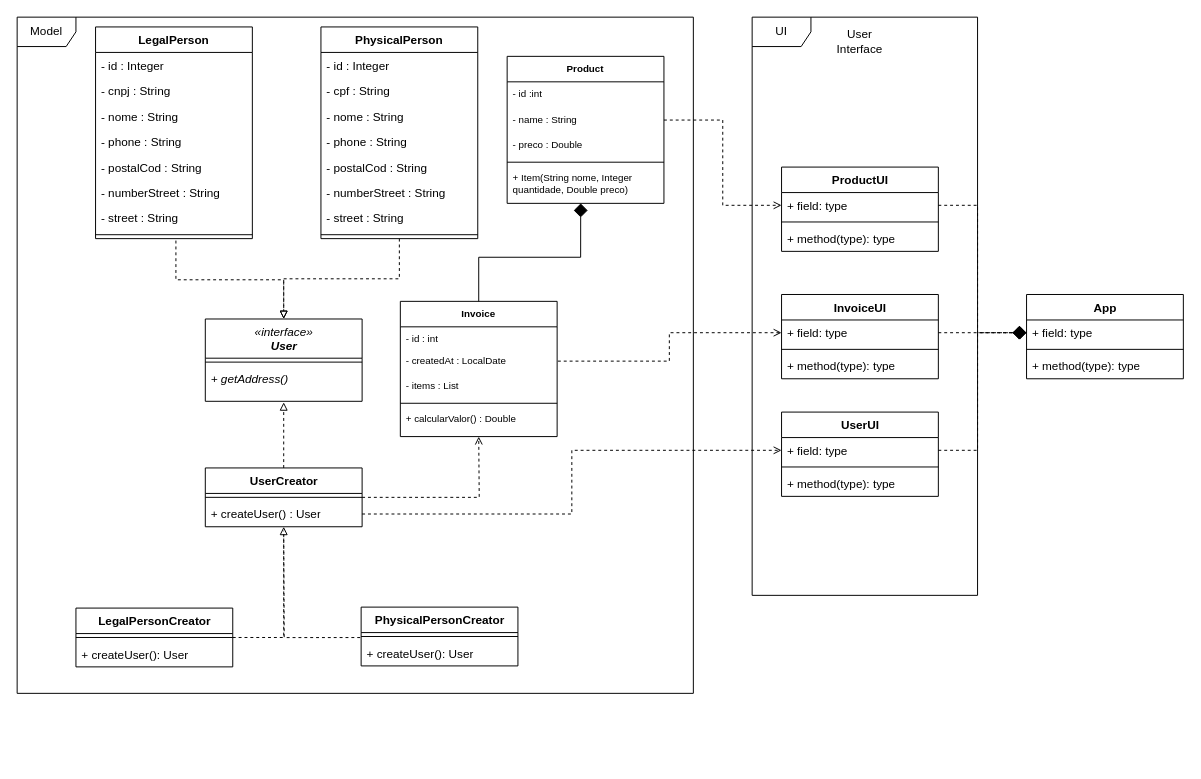
Earlier version of the draw.io diagram docs/checkpoint2.drawio (carlosalbertofilho/checkpoint2-poo1). Source tidied: cells renumbered, new cells numbered last; positions are measured from the earlier drawing's top-left corner, leaving out a move shared by most shapes. Both pictures are drawn from the tidied source at 98%, with x=0, y=0 at pixel (17, 17).
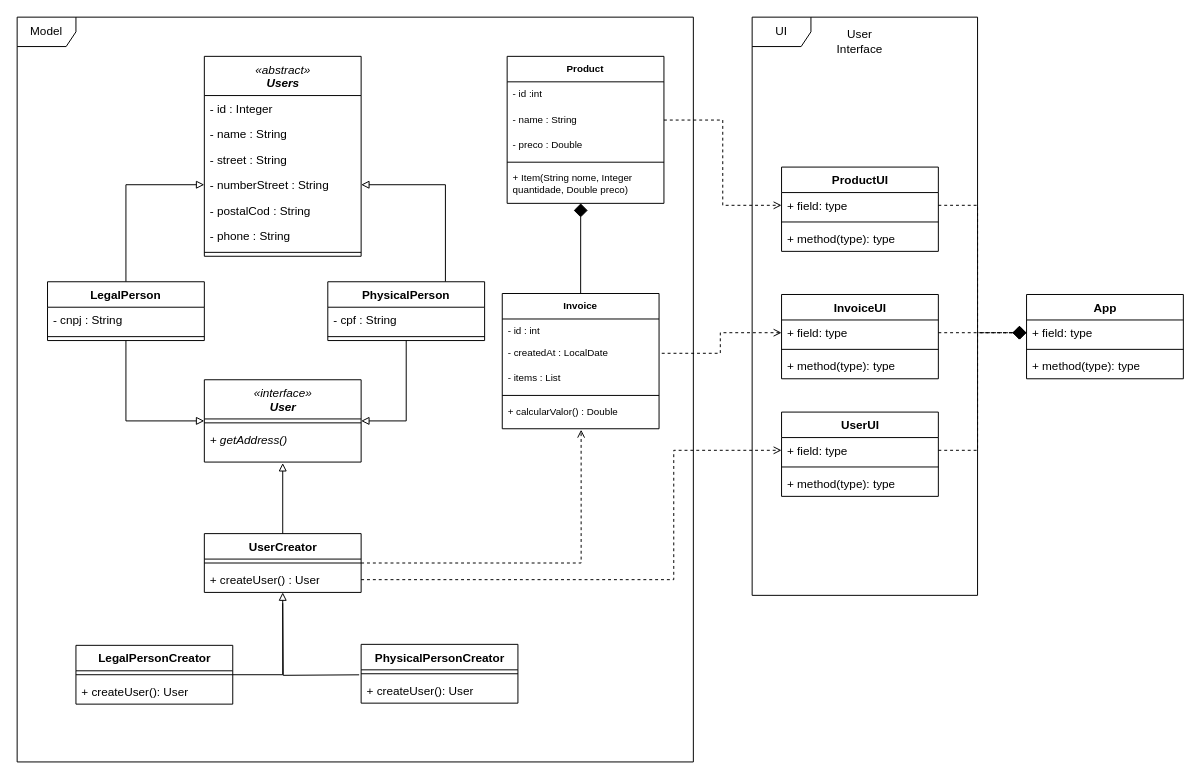
After the change.

Commit message (it also covers changes not shown here):
abstract Users and PhysicalPersonTest added

The change refers to these unchanged cells:
```xml
<mxCell id="6" value="+ getAddress()" style="text;strokeColor=none;fillColor=none;align=left;verticalAlign=top;spacingLeft=4;spacingRight=4;overflow=hidden;points=[[0,0.5],[1,0.5]];portConstraint=eastwest;whiteSpace=wrap;fontStyle=2;" parent="4" vertex="1">
  <mxGeometry y="48" width="160" height="36" as="geometry" />
</mxCell>
<mxCell id="12" value="+ calcularValor() : Double" style="text;strokeColor=none;fillColor=none;align=left;verticalAlign=top;spacingLeft=4;spacingRight=4;overflow=hidden;points=[[0,0.5],[1,0.5]];portConstraint=eastwest;fontSize=10;html=0;" parent="7" vertex="1">
  <mxGeometry y="108" width="160" height="30" as="geometry" />
</mxCell>
<mxCell id="43" value="+ createUser() : User" style="text;strokeColor=none;fillColor=none;align=left;verticalAlign=top;spacingLeft=4;spacingRight=4;overflow=hidden;points=[[0,0.5],[1,0.5]];portConstraint=eastwest;html=1;" parent="41" vertex="1">
  <mxGeometry y="34" width="160" height="26" as="geometry" />
</mxCell>
<mxCell id="50" style="line;strokeWidth=1;fillColor=none;align=left;verticalAlign=middle;spacingTop=-1;spacingLeft=3;spacingRight=3;labelPosition=right;points=[];portConstraint=eastwest;html=1;" parent="49" vertex="1">
  <mxGeometry y="26" width="160" height="8" as="geometry" />
</mxCell>
<mxCell id="62" value="+ field: type" style="text;strokeColor=none;fillColor=none;align=left;verticalAlign=top;spacingLeft=4;spacingRight=4;overflow=hidden;points=[[0,0.5],[1,0.5]];portConstraint=eastwest;html=1;" parent="61" vertex="1">
  <mxGeometry y="26" width="160" height="26" as="geometry" />
</mxCell>
```

Diff of the diagram source:
```diff
@@
     <mxCell id="2" value="Model" style="shape=umlFrame;whiteSpace=wrap;html=1;" parent="1" vertex="1">
-      <mxGeometry width="690" height="690" as="geometry" />
+      <mxGeometry width="690" height="760" as="geometry" />
     </mxCell>
@@
+    <mxCell id="76" style="edgeStyle=orthogonalEdgeStyle;rounded=0;jettySize=auto;html=1;exitX=1;exitY=0.5;exitDx=0;exitDy=0;entryX=0.5;entryY=1;entryDx=0;entryDy=0;endArrow=none;endFill=0;startArrow=block;startFill=0;" parent="1" edge="1" source="4" target="31">
+      <mxGeometry relative="1" as="geometry" />
+    </mxCell>
+    <mxCell id="77" style="edgeStyle=orthogonalEdgeStyle;rounded=0;jettySize=auto;html=1;exitX=0;exitY=0.5;exitDx=0;exitDy=0;entryX=0.5;entryY=1;entryDx=0;entryDy=0;endArrow=none;endFill=0;startArrow=block;startFill=0;" parent="1" edge="1" source="4" target="21">
+      <mxGeometry relative="1" as="geometry" />
+    </mxCell>
     <mxCell id="4" value="&lt;span style=&quot;font-weight: normal;&quot;&gt;«interface»&lt;/span&gt;&lt;br&gt;User" style="swimlane;fontStyle=3;align=center;verticalAlign=top;horizontal=1;startSize=40;html=1;" parent="1" vertex="1">
-      <mxGeometry x="192" y="308" width="160" height="84" as="geometry" />
+      <mxGeometry x="191" y="370" width="160" height="84" as="geometry" />
     </mxCell>
@@
     <mxCell id="7" value="Invoice" style="swimlane;fontStyle=1;align=center;verticalAlign=top;horizontal=1;startSize=26;fontSize=10;html=0;" parent="1" vertex="1">
-      <mxGeometry x="391" y="290" width="160" height="138" as="geometry" />
+      <mxGeometry x="495" y="282" width="160" height="138" as="geometry" />
     </mxCell>
@@
-    <mxCell id="20" style="edgeStyle=orthogonalEdgeStyle;rounded=0;orthogonalLoop=1;jettySize=auto;html=1;exitX=0.5;exitY=1;exitDx=0;exitDy=0;endArrow=block;endFill=0;dashed=1;" parent="1" edge="1">
-      <mxGeometry relative="1" as="geometry">
-        <mxPoint x="162" y="228" as="sourcePoint" />
-        <mxPoint x="272" y="308" as="targetPoint" />
-        <Array as="points">
-          <mxPoint x="162" y="268" />
-          <mxPoint x="272" y="268" />
-        </Array>
-      </mxGeometry>
-    </mxCell>
+    <mxCell id="78" style="edgeStyle=orthogonalEdgeStyle;rounded=0;jettySize=auto;html=1;exitX=0.5;exitY=0;exitDx=0;exitDy=0;entryX=0;entryY=0.5;entryDx=0;entryDy=0;endArrow=block;endFill=0;" parent="1" edge="1" source="21" target="27">
+      <mxGeometry relative="1" as="geometry" />
+    </mxCell>
     <mxCell id="21" value="LegalPerson" style="swimlane;fontStyle=1;align=center;verticalAlign=top;horizontal=1;startSize=26;" parent="1" vertex="1">
-      <mxGeometry x="80" y="10" width="160" height="216" as="geometry" />
+      <mxGeometry x="31" y="270" width="160" height="60" as="geometry" />
     </mxCell>
-    <mxCell id="22" value="- id : Integer" style="text;strokeColor=none;fillColor=none;align=left;verticalAlign=top;spacingLeft=4;spacingRight=4;overflow=hidden;" parent="21" vertex="1">
-      <mxGeometry y="26" width="160" height="26" as="geometry" />
-    </mxCell>
     <mxCell id="23" value="- cnpj : String" style="text;strokeColor=none;fillColor=none;align=left;verticalAlign=top;spacingLeft=4;spacingRight=4;overflow=hidden;" parent="21" vertex="1">
-      <mxGeometry y="52" width="160" height="26" as="geometry" />
+      <mxGeometry y="26" width="160" height="26" as="geometry" />
     </mxCell>
-    <mxCell id="24" value="- nome : String" style="text;strokeColor=none;fillColor=none;align=left;verticalAlign=top;spacingLeft=4;spacingRight=4;overflow=hidden;" parent="21" vertex="1">
-      <mxGeometry y="78" width="160" height="26" as="geometry" />
-    </mxCell>
-    <mxCell id="25" value="- phone : String" style="text;strokeColor=none;fillColor=none;align=left;verticalAlign=top;spacingLeft=4;spacingRight=4;overflow=hidden;" parent="21" vertex="1">
-      <mxGeometry y="104" width="160" height="26" as="geometry" />
-    </mxCell>
-    <mxCell id="26" value="- postalCod : String" style="text;strokeColor=none;fillColor=none;align=left;verticalAlign=top;spacingLeft=4;spacingRight=4;overflow=hidden;" parent="21" vertex="1">
-      <mxGeometry y="130" width="160" height="26" as="geometry" />
-    </mxCell>
-    <mxCell id="27" value="- numberStreet : String" style="text;strokeColor=none;fillColor=none;align=left;verticalAlign=top;spacingLeft=4;spacingRight=4;overflow=hidden;points=[[0,0.5],[1,0.5]];portConstraint=eastwest;" parent="21" vertex="1">
-      <mxGeometry y="156" width="160" height="26" as="geometry" />
-    </mxCell>
-    <mxCell id="28" value="- street : String" style="text;strokeColor=none;fillColor=none;align=left;verticalAlign=top;spacingLeft=4;spacingRight=4;overflow=hidden;" parent="21" vertex="1">
-      <mxGeometry y="182" width="160" height="26" as="geometry" />
-    </mxCell>
     <mxCell id="29" style="line;strokeWidth=1;fillColor=none;align=left;verticalAlign=middle;spacingTop=-1;spacingLeft=3;spacingRight=3;labelPosition=right;" parent="21" vertex="1">
-      <mxGeometry y="208" width="160" height="8" as="geometry" />
+      <mxGeometry y="52" width="160" height="8" as="geometry" />
     </mxCell>
-    <mxCell id="30" style="edgeStyle=orthogonalEdgeStyle;rounded=0;jettySize=auto;html=1;exitX=0.5;exitY=1;exitDx=0;exitDy=0;entryX=0.5;entryY=0;entryDx=0;entryDy=0;endArrow=block;endFill=0;dashed=1;" parent="1" edge="1" source="31" target="4">
-      <mxGeometry relative="1" as="geometry" />
-    </mxCell>
+    <mxCell id="79" style="edgeStyle=orthogonalEdgeStyle;rounded=0;jettySize=auto;html=1;exitX=0.75;exitY=0;exitDx=0;exitDy=0;entryX=1;entryY=0.5;entryDx=0;entryDy=0;endArrow=block;endFill=0;" parent="1" edge="1" source="31" target="27">
+      <mxGeometry relative="1" as="geometry" />
+    </mxCell>
     <mxCell id="31" value="PhysicalPerson" style="swimlane;fontStyle=1;align=center;verticalAlign=top;horizontal=1;startSize=26;" parent="1" vertex="1">
-      <mxGeometry x="310" y="10" width="160" height="216" as="geometry" />
+      <mxGeometry x="317" y="270" width="160" height="60" as="geometry" />
     </mxCell>
-    <mxCell id="32" value="- id : Integer" style="text;strokeColor=none;fillColor=none;align=left;verticalAlign=top;spacingLeft=4;spacingRight=4;overflow=hidden;" parent="31" vertex="1">
-      <mxGeometry y="26" width="160" height="26" as="geometry" />
-    </mxCell>
     <mxCell id="33" value="- cpf : String" style="text;strokeColor=none;fillColor=none;align=left;verticalAlign=top;spacingLeft=4;spacingRight=4;overflow=hidden;" parent="31" vertex="1">
-      <mxGeometry y="52" width="160" height="26" as="geometry" />
+      <mxGeometry y="26" width="160" height="26" as="geometry" />
     </mxCell>
-    <mxCell id="34" value="- nome : String" style="text;strokeColor=none;fillColor=none;align=left;verticalAlign=top;spacingLeft=4;spacingRight=4;overflow=hidden;" parent="31" vertex="1">
-      <mxGeometry y="78" width="160" height="26" as="geometry" />
-    </mxCell>
-    <mxCell id="35" value="- phone : String" style="text;strokeColor=none;fillColor=none;align=left;verticalAlign=top;spacingLeft=4;spacingRight=4;overflow=hidden;" parent="31" vertex="1">
-      <mxGeometry y="104" width="160" height="26" as="geometry" />
-    </mxCell>
-    <mxCell id="36" value="- postalCod : String" style="text;strokeColor=none;fillColor=none;align=left;verticalAlign=top;spacingLeft=4;spacingRight=4;overflow=hidden;" parent="31" vertex="1">
-      <mxGeometry y="130" width="160" height="26" as="geometry" />
-    </mxCell>
-    <mxCell id="37" value="- numberStreet : String" style="text;strokeColor=none;fillColor=none;align=left;verticalAlign=top;spacingLeft=4;spacingRight=4;overflow=hidden;" parent="31" vertex="1">
-      <mxGeometry y="156" width="160" height="26" as="geometry" />
-    </mxCell>
-    <mxCell id="38" value="- street : String" style="text;strokeColor=none;fillColor=none;align=left;verticalAlign=top;spacingLeft=4;spacingRight=4;overflow=hidden;" parent="31" vertex="1">
-      <mxGeometry y="182" width="160" height="26" as="geometry" />
-    </mxCell>
     <mxCell id="39" style="line;strokeWidth=1;fillColor=none;align=left;verticalAlign=middle;spacingTop=-1;spacingLeft=3;spacingRight=3;labelPosition=right;" parent="31" vertex="1">
-      <mxGeometry y="208" width="160" height="8" as="geometry" />
+      <mxGeometry y="52" width="160" height="8" as="geometry" />
     </mxCell>
-    <mxCell id="40" style="edgeStyle=orthogonalEdgeStyle;rounded=0;jettySize=auto;html=1;exitX=1;exitY=0.5;exitDx=0;exitDy=0;dashed=1;endArrow=open;endFill=0;" parent="1" edge="1" source="41">
-      <mxGeometry relative="1" as="geometry">
-        <mxPoint x="471" y="428" as="targetPoint" />
-      </mxGeometry>
+    <mxCell id="40" style="edgeStyle=orthogonalEdgeStyle;rounded=0;jettySize=auto;html=1;exitX=1;exitY=0.5;exitDx=0;exitDy=0;dashed=1;endArrow=open;endFill=0;entryX=0.503;entryY=1.033;entryDx=0;entryDy=0;entryPerimeter=0;" parent="1" edge="1" source="41" target="12">
+      <mxGeometry relative="1" as="geometry" />
     </mxCell>
     <mxCell id="41" value="UserCreator" style="swimlane;fontStyle=1;align=center;verticalAlign=top;horizontal=1;startSize=26;html=1;" parent="1" vertex="1">
-      <mxGeometry x="192" y="460" width="160" height="60" as="geometry" />
+      <mxGeometry x="191" y="527" width="160" height="60" as="geometry" />
     </mxCell>
@@
-    <mxCell id="44" style="edgeStyle=orthogonalEdgeStyle;rounded=0;jettySize=auto;html=1;exitX=1;exitY=0.5;exitDx=0;exitDy=0;dashed=1;endArrow=block;endFill=0;" parent="1" edge="1" source="45" target="41">
+    <mxCell id="44" style="edgeStyle=orthogonalEdgeStyle;rounded=0;jettySize=auto;html=1;exitX=1;exitY=0.5;exitDx=0;exitDy=0;endArrow=block;endFill=0;" parent="1" edge="1" source="45" target="41">
       <mxGeometry relative="1" as="geometry" />
     </mxCell>
     <mxCell id="45" value="LegalPersonCreator" style="swimlane;fontStyle=1;align=center;verticalAlign=top;horizontal=1;startSize=26;html=1;" parent="1" vertex="1">
-      <mxGeometry x="60" y="603" width="160" height="60" as="geometry" />
+      <mxGeometry x="60" y="641" width="160" height="60" as="geometry" />
     </mxCell>
@@
-    <mxCell id="48" style="edgeStyle=orthogonalEdgeStyle;rounded=0;jettySize=auto;html=1;exitX=-0.006;exitY=0.632;exitDx=0;exitDy=0;dashed=1;endArrow=none;endFill=0;exitPerimeter=0;" parent="1" edge="1" source="50">
+    <mxCell id="48" style="edgeStyle=orthogonalEdgeStyle;rounded=0;orthogonalLoop=1;jettySize=auto;html=1;exitX=-0.006;exitY=0.632;exitDx=0;exitDy=0;endArrow=none;endFill=0;exitPerimeter=0;" parent="1" edge="1">
       <mxGeometry relative="1" as="geometry">
-        <mxPoint x="272" y="524" as="targetPoint" />
+        <mxPoint x="349" y="671.1" as="sourcePoint" />
+        <mxPoint x="271" y="598" as="targetPoint" />
       </mxGeometry>
     </mxCell>
     <mxCell id="49" value="PhysicalPersonCreator" style="swimlane;fontStyle=1;align=center;verticalAlign=top;horizontal=1;startSize=26;html=1;" parent="1" vertex="1">
-      <mxGeometry x="351" y="602" width="160" height="60" as="geometry" />
+      <mxGeometry x="351" y="640" width="160" height="60" as="geometry" />
     </mxCell>
@@
-    <mxCell id="52" style="edgeStyle=orthogonalEdgeStyle;rounded=0;jettySize=auto;html=1;entryX=0.5;entryY=1.028;entryDx=0;entryDy=0;entryPerimeter=0;dashed=1;endArrow=block;endFill=0;exitX=0.5;exitY=0;exitDx=0;exitDy=0;" parent="1" edge="1" source="41" target="6">
+    <mxCell id="52" style="edgeStyle=orthogonalEdgeStyle;rounded=0;jettySize=auto;html=1;entryX=0.5;entryY=1.028;entryDx=0;entryDy=0;entryPerimeter=0;endArrow=block;endFill=0;exitX=0.5;exitY=0;exitDx=0;exitDy=0;" parent="1" edge="1" source="41" target="6">
       <mxGeometry relative="1" as="geometry" />
     </mxCell>
@@
     <mxCell id="71" style="edgeStyle=orthogonalEdgeStyle;rounded=0;jettySize=auto;html=1;exitX=1;exitY=0.5;exitDx=0;exitDy=0;entryX=0;entryY=0.5;entryDx=0;entryDy=0;dashed=1;startArrow=none;startFill=0;endArrow=open;endFill=0;" parent="1" edge="1" source="43" target="62">
-      <mxGeometry relative="1" as="geometry" />
+      <mxGeometry relative="1" as="geometry">
+        <Array as="points">
+          <mxPoint x="670" y="574" />
+          <mxPoint x="670" y="442" />
+        </Array>
+      </mxGeometry>
     </mxCell>
@@
+    <mxCell id="80" value="&lt;span style=&quot;font-weight: normal;&quot;&gt;«abstract»&lt;/span&gt;&lt;br&gt;Users" style="swimlane;fontStyle=3;align=center;verticalAlign=top;horizontal=1;startSize=40;html=1;" parent="1" vertex="1">
+      <mxGeometry x="191" y="40" width="160" height="204" as="geometry" />
+    </mxCell>
+    <mxCell id="22" value="- id : Integer" style="text;strokeColor=none;fillColor=none;align=left;verticalAlign=top;spacingLeft=4;spacingRight=4;overflow=hidden;" parent="80" vertex="1">
+      <mxGeometry y="40" width="160" height="26" as="geometry" />
+    </mxCell>
+    <mxCell id="24" value="- name : String" style="text;strokeColor=none;fillColor=none;align=left;verticalAlign=top;spacingLeft=4;spacingRight=4;overflow=hidden;" parent="80" vertex="1">
+      <mxGeometry y="66" width="160" height="26" as="geometry" />
+    </mxCell>
+    <mxCell id="28" value="- street : String" style="text;strokeColor=none;fillColor=none;align=left;verticalAlign=top;spacingLeft=4;spacingRight=4;overflow=hidden;" parent="80" vertex="1">
+      <mxGeometry y="92" width="160" height="26" as="geometry" />
+    </mxCell>
+    <mxCell id="27" value="- numberStreet : String" style="text;strokeColor=none;fillColor=none;align=left;verticalAlign=top;spacingLeft=4;spacingRight=4;overflow=hidden;points=[[0,0.5],[1,0.5]];portConstraint=eastwest;" parent="80" vertex="1">
+      <mxGeometry y="118" width="160" height="26" as="geometry" />
+    </mxCell>
+    <mxCell id="26" value="- postalCod : String" style="text;strokeColor=none;fillColor=none;align=left;verticalAlign=top;spacingLeft=4;spacingRight=4;overflow=hidden;" parent="80" vertex="1">
+      <mxGeometry y="144" width="160" height="26" as="geometry" />
+    </mxCell>
+    <mxCell id="25" value="- phone : String" style="text;strokeColor=none;fillColor=none;align=left;verticalAlign=top;spacingLeft=4;spacingRight=4;overflow=hidden;" parent="80" vertex="1">
+      <mxGeometry y="170" width="160" height="26" as="geometry" />
+    </mxCell>
+    <mxCell id="81" style="line;strokeWidth=1;fillColor=none;align=left;verticalAlign=middle;spacingTop=-1;spacingLeft=3;spacingRight=3;labelPosition=right;" parent="80" vertex="1">
+      <mxGeometry y="196" width="160" height="8" as="geometry" />
+    </mxCell>
```
